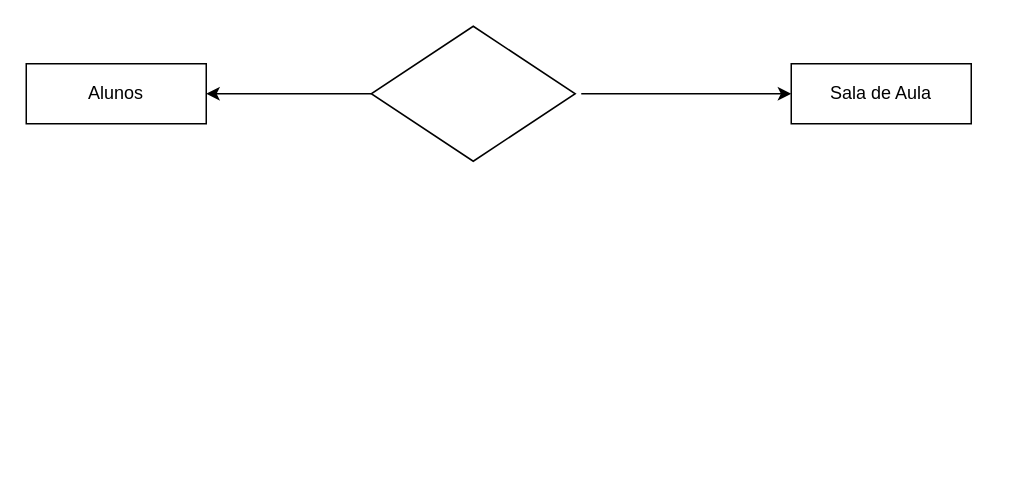
This is Atividade final UC2/Diagrama Modelagem de dados/Diagrama alunolotação.drawio from geangela07/Atividades, a draw.io file, before an edit. Source tidied: cells renumbered, new cells numbered last; positions are measured from the earlier drawing's top-left corner, leaving out a move shared by most shapes. Both pictures are drawn from the tidied source at 150%, with x=0, y=0 at pixel (26, 26).
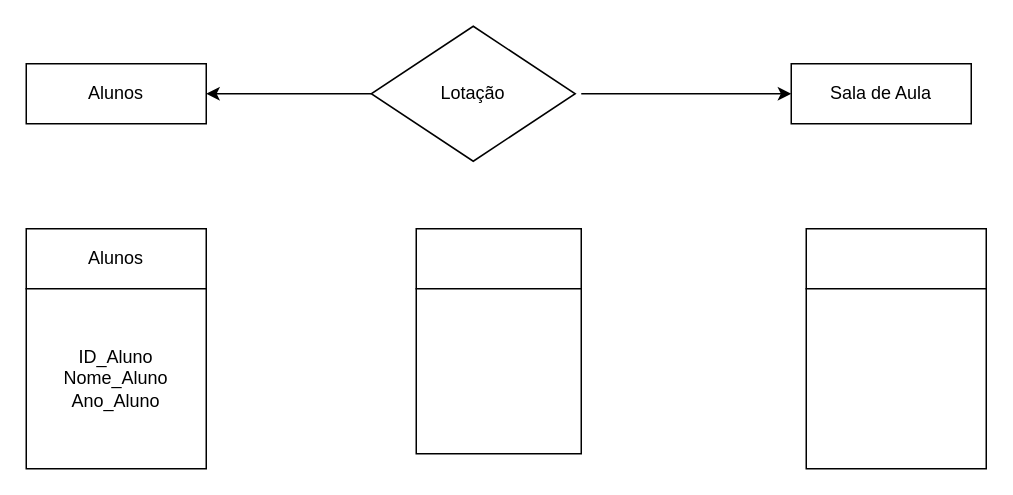
The same diagram, later.

The edit, as a diff of the source:
```diff
@@
 <mxGraphModel>
   <root>
     <mxCell id="0" />
     <mxCell id="1" parent="0" />
     <mxCell id="2" value="Alunos" style="rounded=0;whiteSpace=wrap;html=1;" parent="1" vertex="1">
       <mxGeometry y="25" width="120" height="40" as="geometry" />
     </mxCell>
-    <mxCell id="3" style="rhombus;whiteSpace=wrap;html=1;" parent="1" vertex="1">
+    <mxCell id="3" value="Lotação" style="rhombus;whiteSpace=wrap;html=1;" parent="1" vertex="1">
       <mxGeometry x="230" width="136" height="90" as="geometry" />
     </mxCell>
     <mxCell id="4" value="Sala de Aula" style="rounded=0;whiteSpace=wrap;html=1;" parent="1" vertex="1">
       <mxGeometry x="510" y="25" width="120" height="40" as="geometry" />
     </mxCell>
     <mxCell id="5" style="endArrow=classic;html=1;rounded=0;entryX=1;entryY=0.5;entryDx=0;entryDy=0;exitX=0;exitY=0.5;exitDx=0;exitDy=0;" parent="1" edge="1" source="3" target="2">
       <mxGeometry relative="1" as="geometry" />
     </mxCell>
     <mxCell id="6" style="endArrow=classic;html=1;rounded=0;entryX=0;entryY=0.5;entryDx=0;entryDy=0;" parent="1" edge="1" target="4">
       <mxGeometry relative="1" as="geometry">
         <mxPoint x="370" y="45" as="sourcePoint" />
       </mxGeometry>
     </mxCell>
+    <mxCell id="7" value="Alunos" style="rounded=0;whiteSpace=wrap;html=1;" parent="1" vertex="1">
+      <mxGeometry y="135" width="120" height="40" as="geometry" />
+    </mxCell>
+    <mxCell id="8" value="ID_Aluno&lt;br&gt;Nome_Aluno&lt;br&gt;Ano_Aluno" style="whiteSpace=wrap;html=1;" parent="1" vertex="1">
+      <mxGeometry y="175" width="120" height="120" as="geometry" />
+    </mxCell>
+    <mxCell id="9" style="rounded=0;whiteSpace=wrap;html=1;" parent="1" vertex="1">
+      <mxGeometry x="260" y="135" width="110" height="40" as="geometry" />
+    </mxCell>
+    <mxCell id="10" style="whiteSpace=wrap;html=1;" parent="1" vertex="1">
+      <mxGeometry x="260" y="175" width="110" height="110" as="geometry" />
+    </mxCell>
+    <mxCell id="11" style="rounded=0;whiteSpace=wrap;html=1;" parent="1" vertex="1">
+      <mxGeometry x="520" y="135" width="120" height="40" as="geometry" />
+    </mxCell>
+    <mxCell id="12" style="whiteSpace=wrap;html=1;" parent="1" vertex="1">
+      <mxGeometry x="520" y="175" width="120" height="120" as="geometry" />
+    </mxCell>
   </root>
 </mxGraphModel>
```
